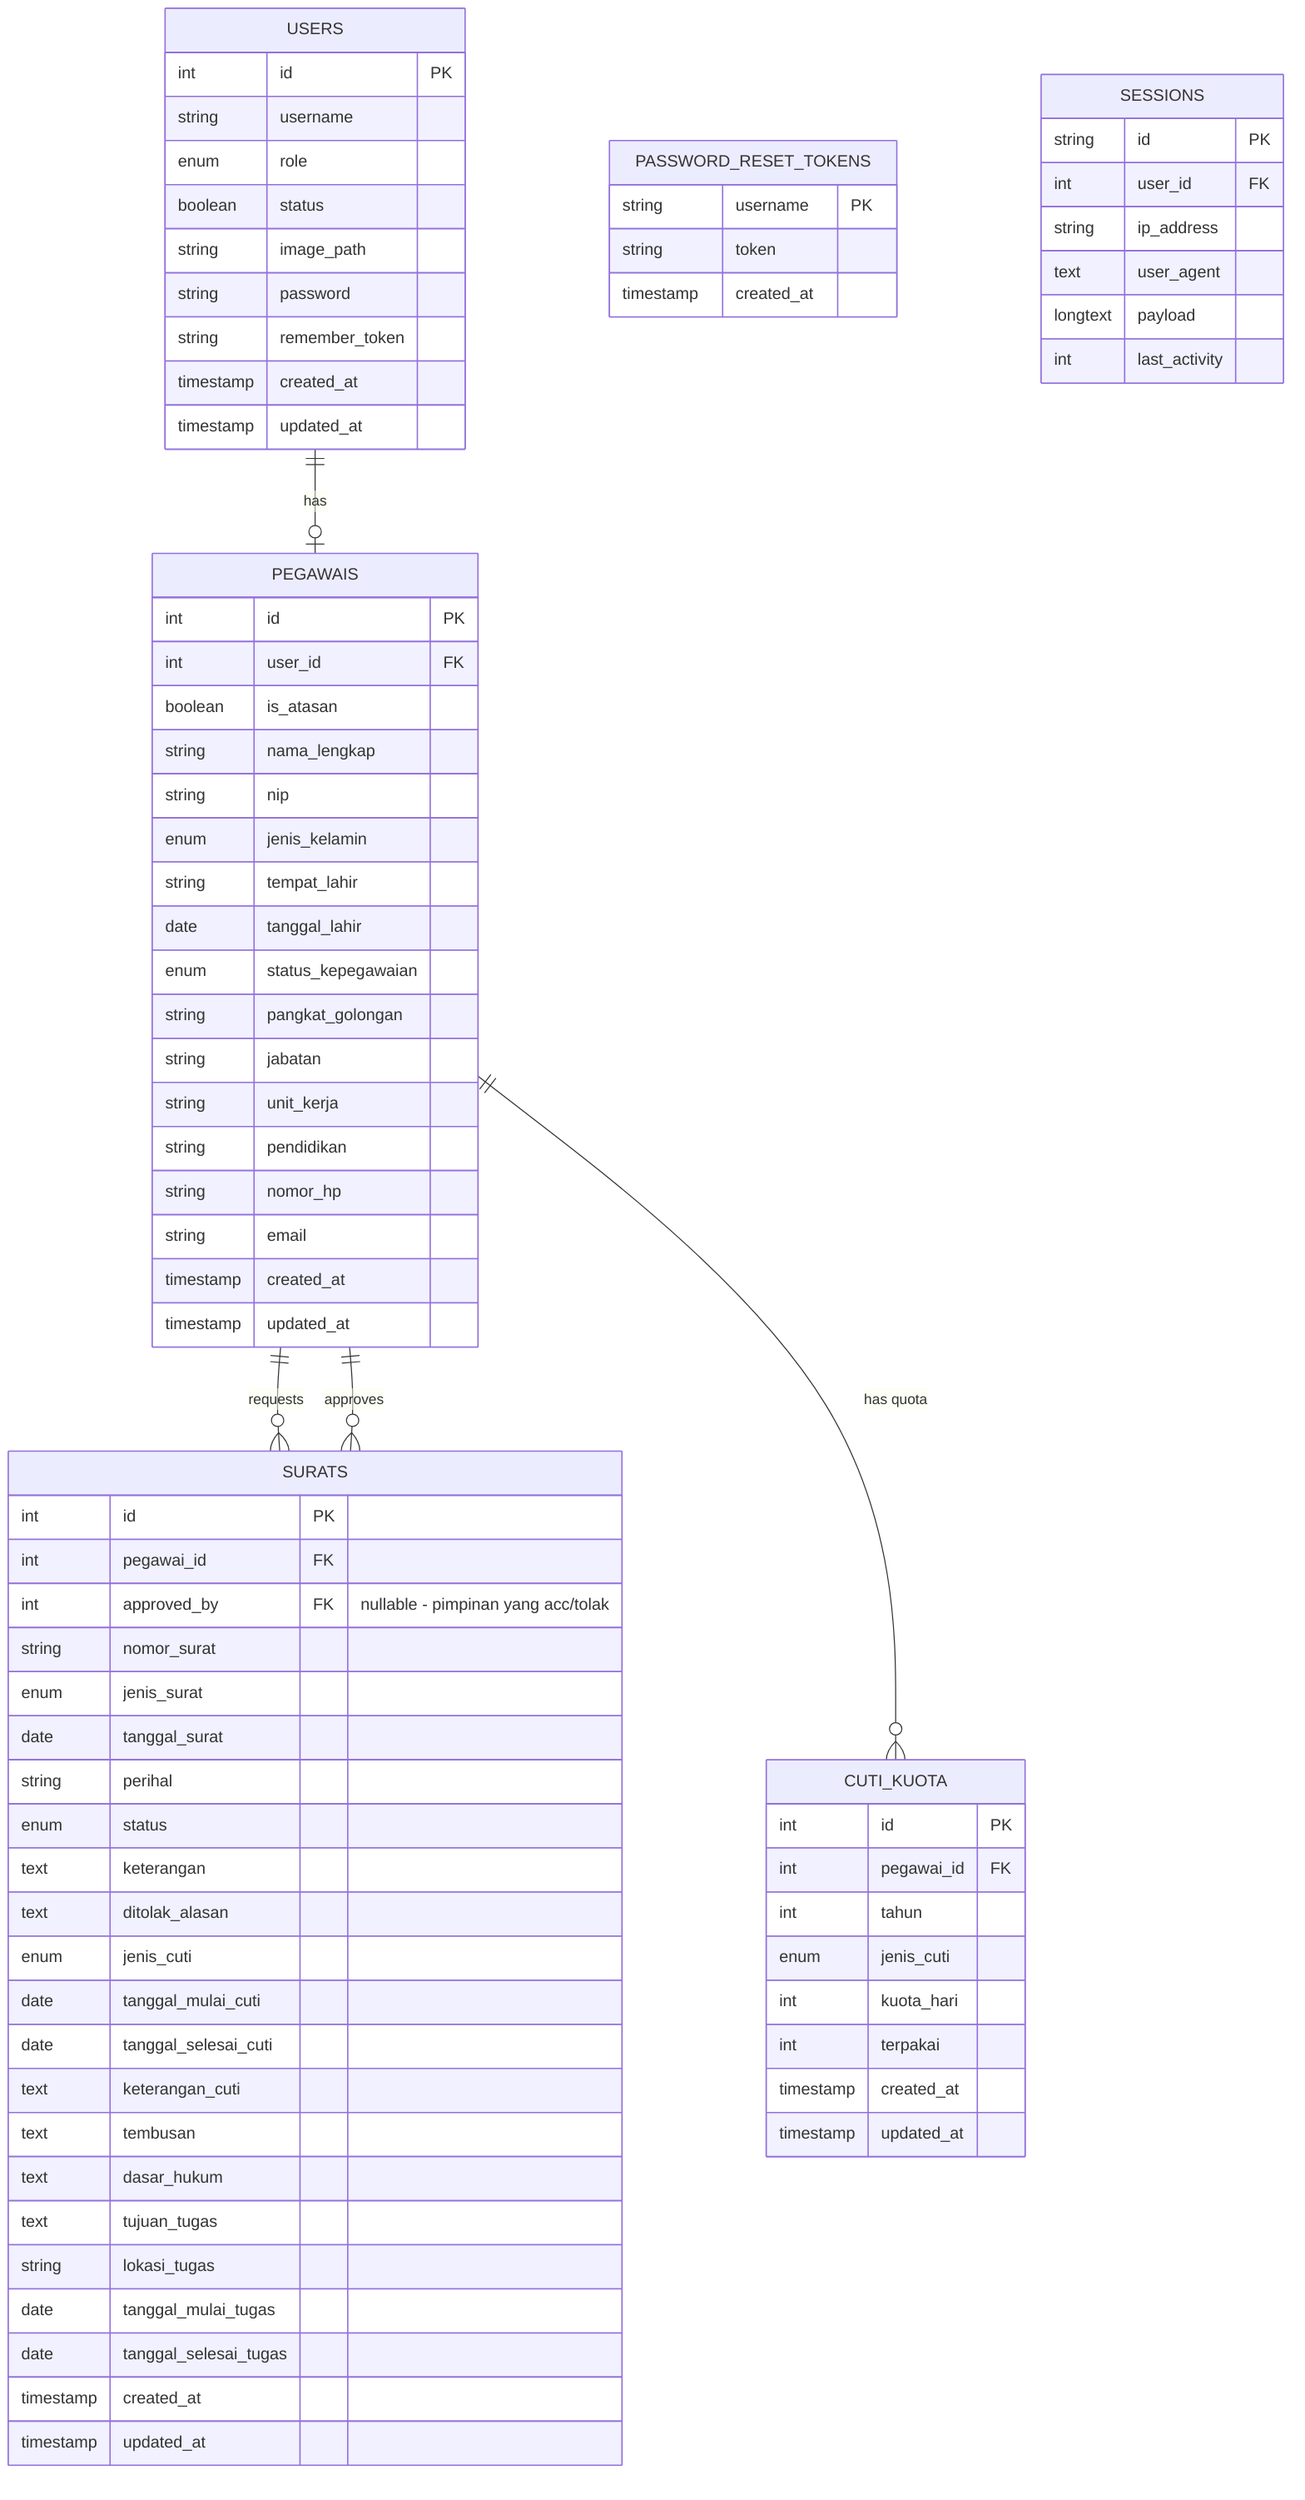
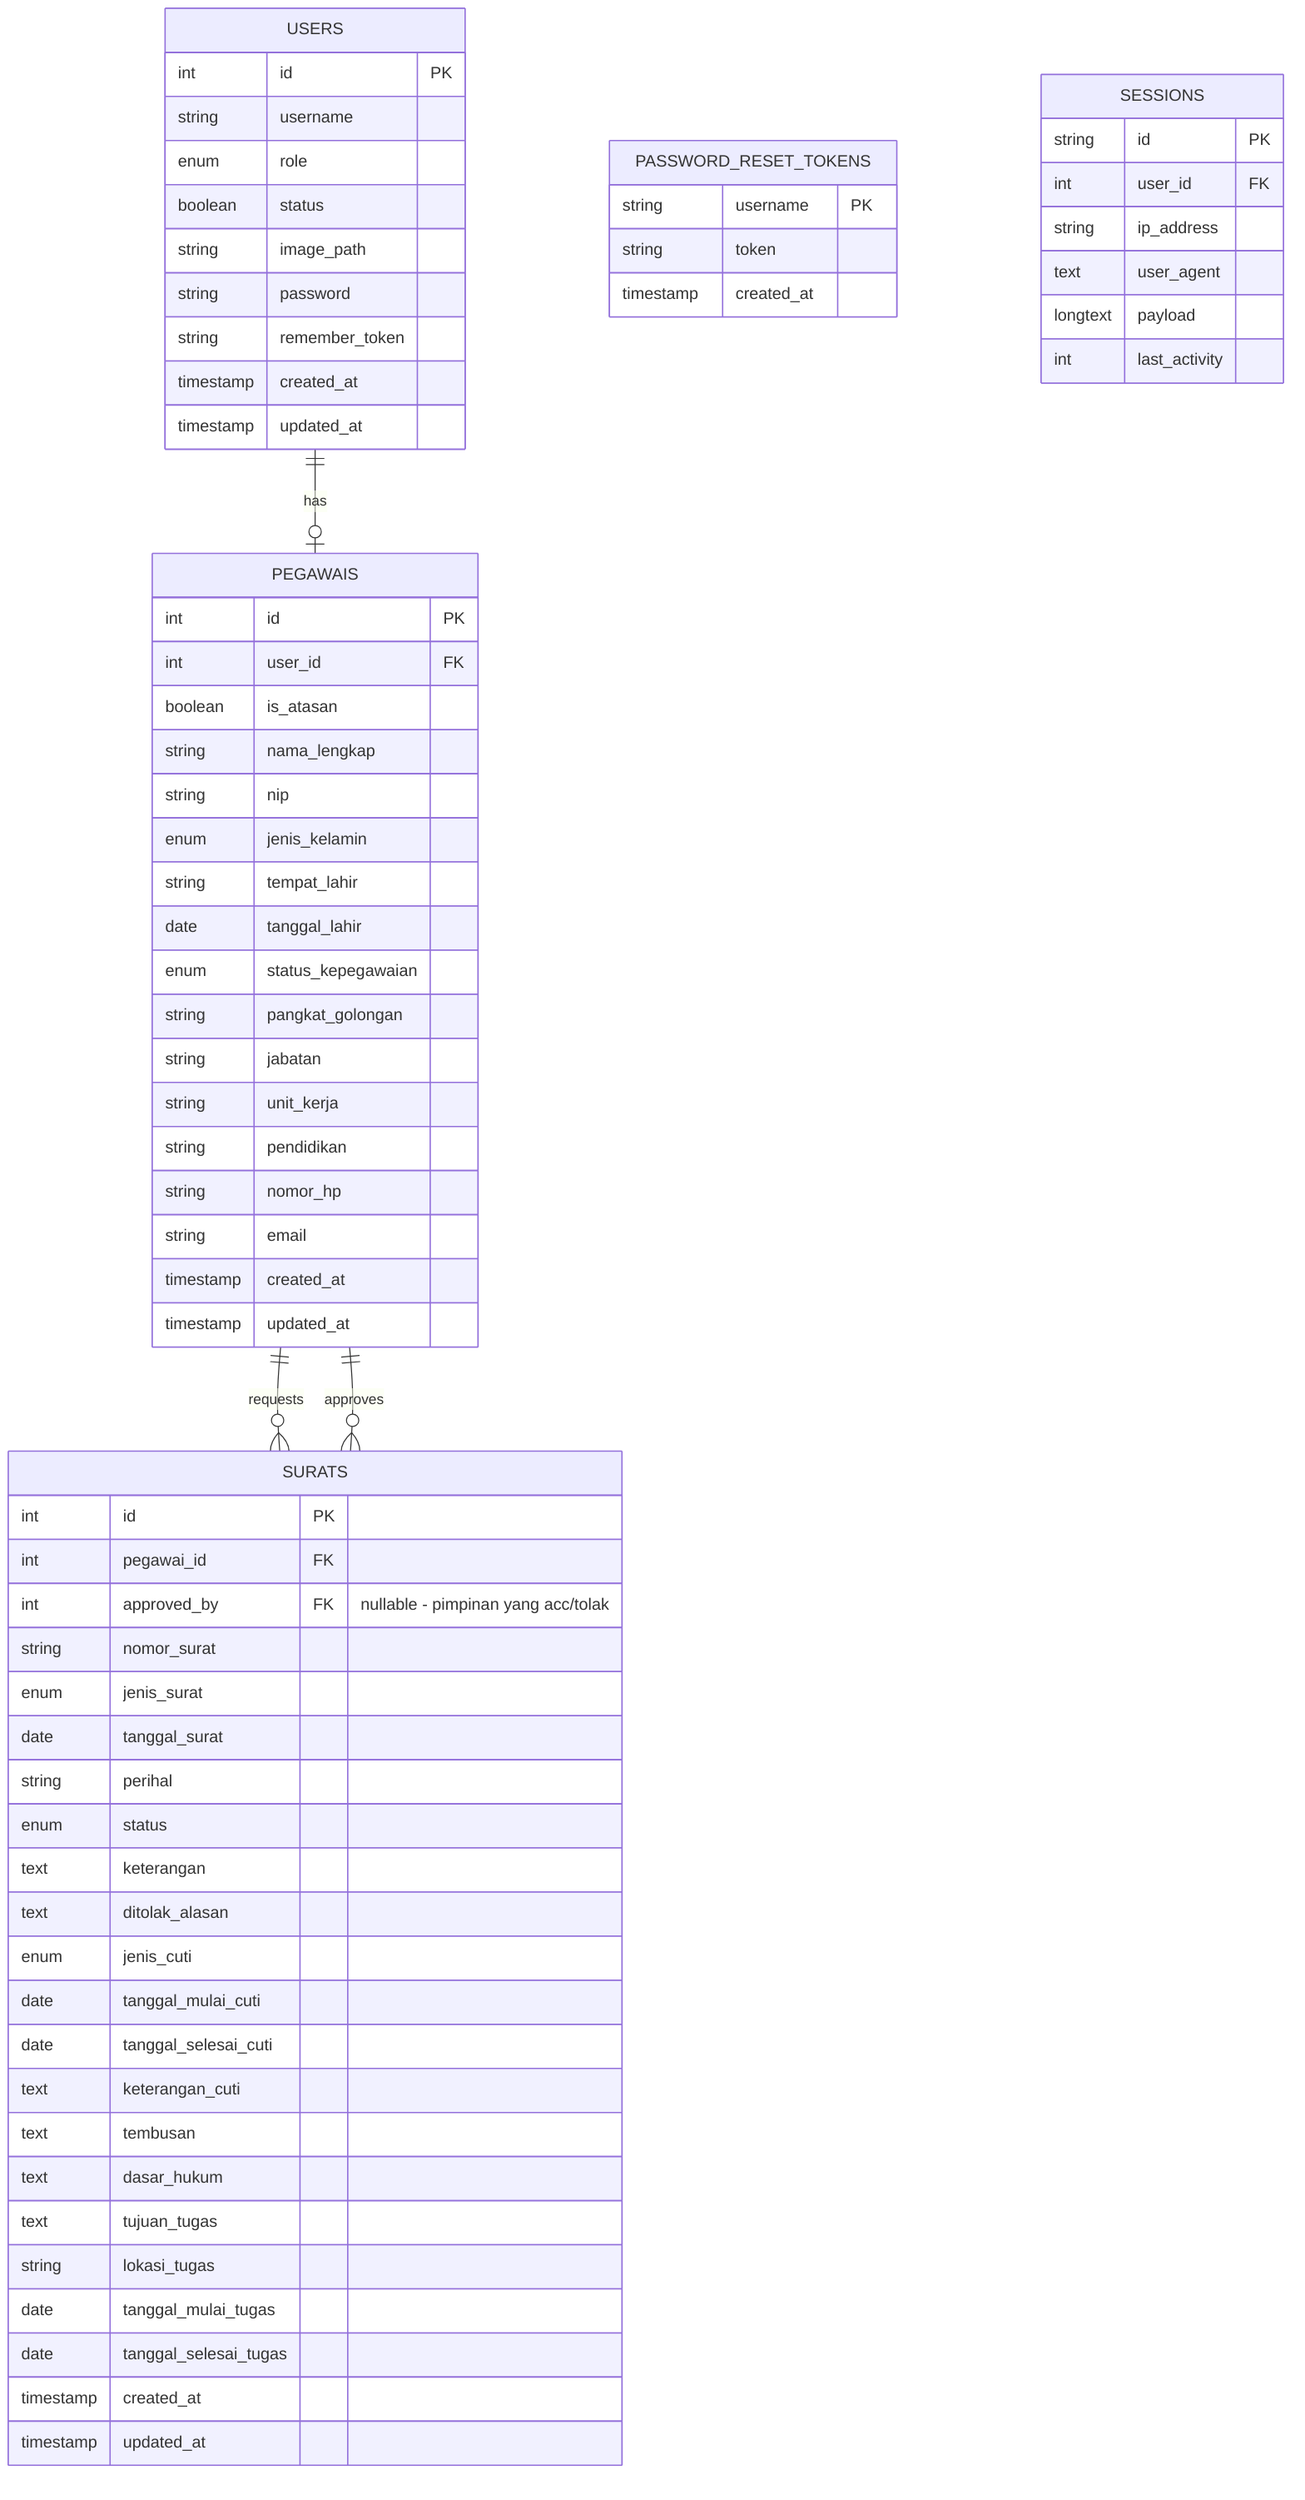
erDiagram
    USERS {
        int id PK
        string username
        enum role
        boolean status
        string image_path
        string password
        string remember_token
        timestamp created_at
        timestamp updated_at
    }
    PEGAWAIS {
        int id PK
        int user_id FK
        boolean is_atasan
        string nama_lengkap
        string nip
        enum jenis_kelamin
        string tempat_lahir
        date tanggal_lahir
        enum status_kepegawaian
        string pangkat_golongan
        string jabatan
        string unit_kerja
        string pendidikan
        string nomor_hp
        string email
        timestamp created_at
        timestamp updated_at
    }
    SURATS {
        int id PK
        int pegawai_id FK
        int approved_by FK "nullable - pimpinan yang acc/tolak"
        string nomor_surat
        enum jenis_surat
        date tanggal_surat
        string perihal
        enum status
        text keterangan
        text ditolak_alasan
        enum jenis_cuti
        date tanggal_mulai_cuti
        date tanggal_selesai_cuti
        text keterangan_cuti
        text tembusan
        text dasar_hukum
        text tujuan_tugas
        string lokasi_tugas
        date tanggal_mulai_tugas
        date tanggal_selesai_tugas
        timestamp created_at
        timestamp updated_at
    }
-     CUTI_KUOTA {
-         int id PK
-         int pegawai_id FK
-         int tahun
-         enum jenis_cuti
-         int kuota_hari
-         int terpakai
-         timestamp created_at
-         timestamp updated_at
-     }
+ 
    PASSWORD_RESET_TOKENS {
        string username PK
        string token
        timestamp created_at
    }
    SESSIONS {
        string id PK
        int user_id FK
        string ip_address
        text user_agent
        longtext payload
        int last_activity
    }
    USERS ||--o| PEGAWAIS : "has"
    PEGAWAIS ||--o{ SURATS : "requests"
    PEGAWAIS ||--o{ SURATS : "approves"
-     PEGAWAIS ||--o{ CUTI_KUOTA : "has quota"
+ 
